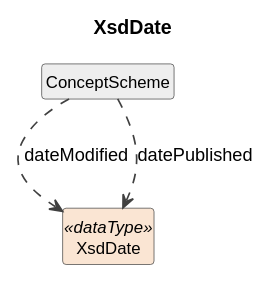
Cross-Domain-Interoperability-Framework/metadataBuildingBlocks keeps this PlantUML diagram as cdif-uml-model/_plantuml/cdifCodelist/DataTypes/XsdDate.svg. Above is the earlier version.
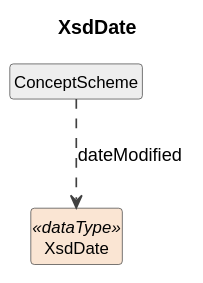
The same file after the commit.

What changed in the source:
```diff
@@ -13,5 +13,4 @@
 class "XsdDate" as XsdDate <<dataType>> #FAE5D3
 class "ConceptScheme" as ConceptScheme #EEEEEE
 ConceptScheme ..> XsdDate : dateModified
-ConceptScheme ..> XsdDate : datePublished
 @enduml
```
